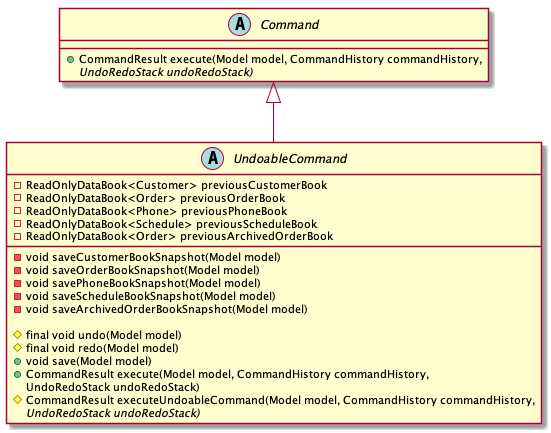
Before: docs/images/dg-diagram/UndoableCommandClassDiagram.png, a diagram exported from PlantUML (nus-cs2103-AY1920S1/addressbook-level3).
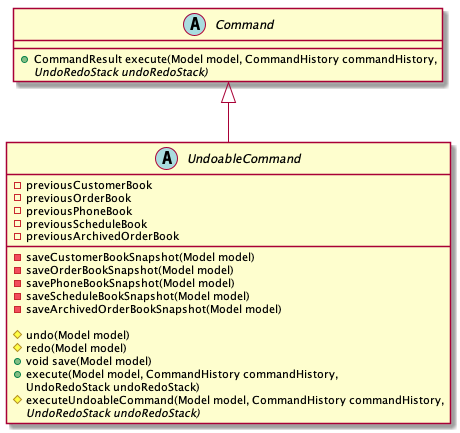
The same file after the commit.

What changed in the source:
```diff
@@ -8,29 +8,29 @@
 
 abstract class UndoableCommand {
 
-    - ReadOnlyDataBook<Customer> previousCustomerBook
-    - ReadOnlyDataBook<Order> previousOrderBook
-    - ReadOnlyDataBook<Phone> previousPhoneBook
-    - ReadOnlyDataBook<Schedule> previousScheduleBook
-    - ReadOnlyDataBook<Order> previousArchivedOrderBook
+    - previousCustomerBook
+    - previousOrderBook
+    - previousPhoneBook
+    - previousScheduleBook
+    - previousArchivedOrderBook
 
-    - void saveCustomerBookSnapshot(Model model)
-    - void saveOrderBookSnapshot(Model model)
-    - void savePhoneBookSnapshot(Model model)
-    - void saveScheduleBookSnapshot(Model model)
-    - void saveArchivedOrderBookSnapshot(Model model)
+    - saveCustomerBookSnapshot(Model model)
+    - saveOrderBookSnapshot(Model model)
+    - savePhoneBookSnapshot(Model model)
+    - saveScheduleBookSnapshot(Model model)
+    - saveArchivedOrderBookSnapshot(Model model)
 
-    # final void undo(Model model)
-    # final void redo(Model model)
+    # undo(Model model)
+    # redo(Model model)
 
 
     + void save(Model model)
-    + CommandResult execute(Model model, CommandHistory commandHistory,
+    + execute(Model model, CommandHistory commandHistory,
                        UndoRedoStack undoRedoStack)
 
 
 
-    # CommandResult executeUndoableCommand(Model model, CommandHistory commandHistory,
+    # executeUndoableCommand(Model model, CommandHistory commandHistory,
                              UndoRedoStack undoRedoStack) {abstract}
 
 }
```
